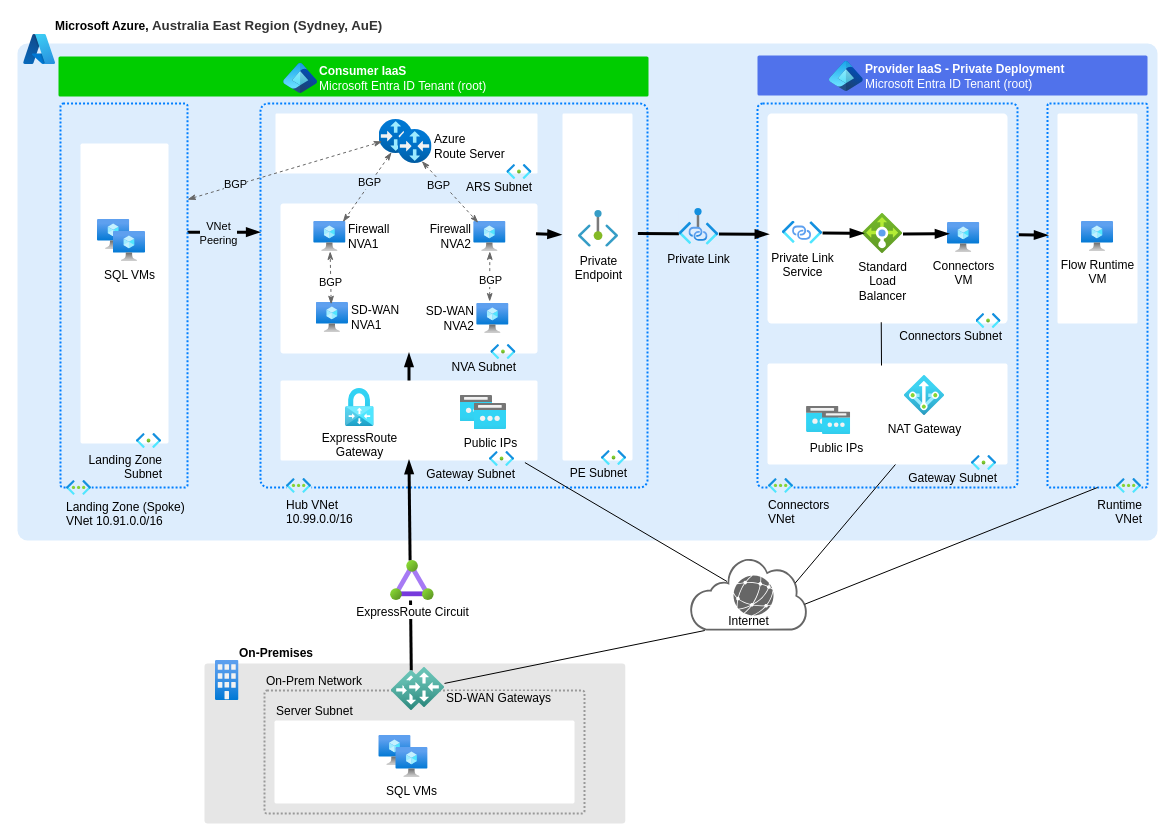
The draw.io diagram docs/diagrams/source/private-link.drawio in NetAion/avm-compositions, before the edit. Source tidied: cells renumbered, new cells numbered last; positions are measured from the earlier drawing's top-left corner, leaving out a move shared by most shapes. Both pictures are drawn from the tidied source at 100%, with x=0, y=0 at pixel (17, 34).
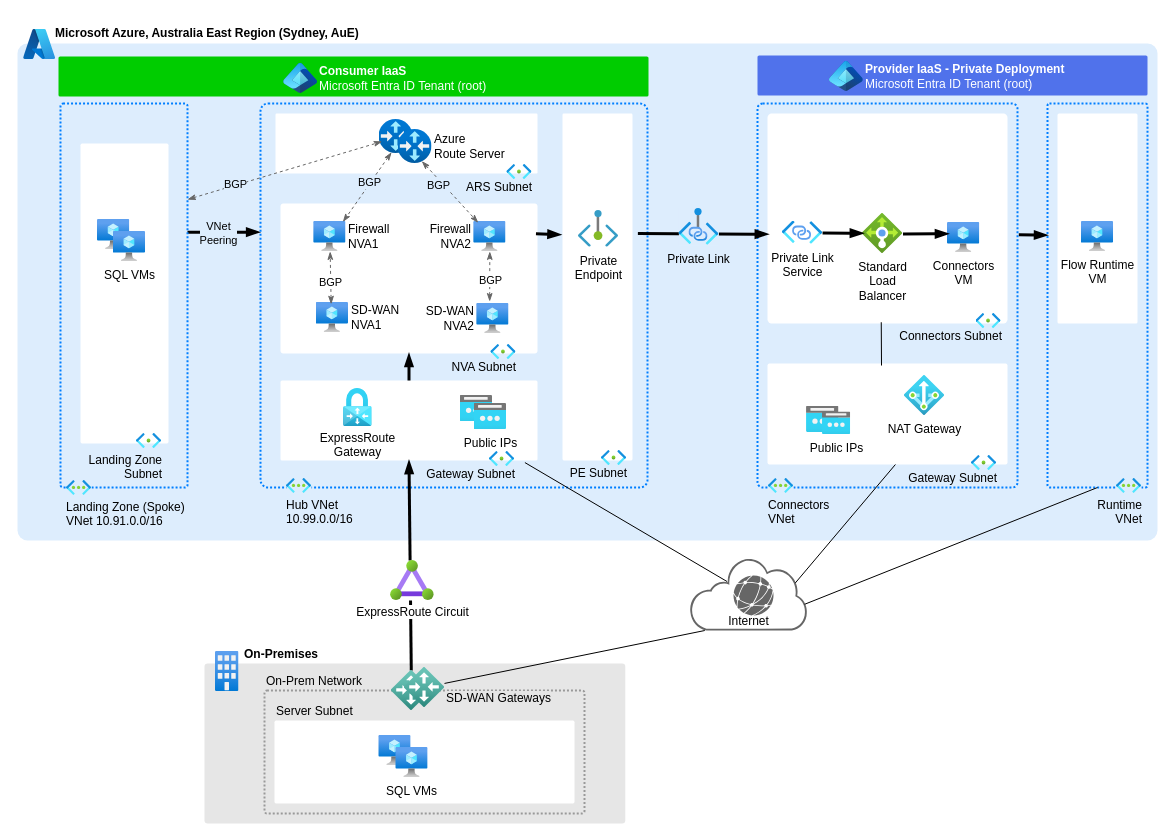
The same page after the edit.

Diff of the diagram source:
```diff
@@
-    <mxCell id="6" value="&lt;span data-lucid-content=&quot;{&amp;quot;t&amp;quot;:&amp;quot;Azure East Australia Region (Sydney, EAu)&amp;quot;,&amp;quot;m&amp;quot;:[{&amp;quot;s&amp;quot;:6,&amp;quot;n&amp;quot;:&amp;quot;c&amp;quot;,&amp;quot;v&amp;quot;:&amp;quot;333333ff&amp;quot;,&amp;quot;e&amp;quot;:41},{&amp;quot;s&amp;quot;:6,&amp;quot;n&amp;quot;:&amp;quot;s&amp;quot;,&amp;quot;v&amp;quot;:17.77777777777777,&amp;quot;e&amp;quot;:41}]}&quot;&gt;Microsoft Azure,&amp;nbsp;&lt;span style=&quot;color:#333333;font-size:13.333333333333329px;&quot;&gt;Australia East Region (Sydney, AuE)&lt;/span&gt;&lt;/span&gt;" style="image;html=1;align=left;fontSize=12;image=img/lib/azure2/other/Azure_A.svg;labelPosition=right;verticalLabelPosition=top;verticalAlign=bottom;spacing=0;fontStyle=1;labelBackgroundColor=#FFFFFF;" parent="1" vertex="1">
-      <mxGeometry x="6.2" width="31.8" height="30" as="geometry" />
+    <mxCell id="6" value="&lt;span style=&quot;color: rgb(0, 0, 0);&quot; data-lucid-content=&quot;{&amp;quot;t&amp;quot;:&amp;quot;Azure East Australia Region (Sydney, EAu)&amp;quot;,&amp;quot;m&amp;quot;:[{&amp;quot;s&amp;quot;:6,&amp;quot;n&amp;quot;:&amp;quot;c&amp;quot;,&amp;quot;v&amp;quot;:&amp;quot;333333ff&amp;quot;,&amp;quot;e&amp;quot;:41},{&amp;quot;s&amp;quot;:6,&amp;quot;n&amp;quot;:&amp;quot;s&amp;quot;,&amp;quot;v&amp;quot;:17.77777777777777,&amp;quot;e&amp;quot;:41}]}&quot;&gt;Microsoft Azure, Australia East Region (Sydney, AuE)&lt;/span&gt;" style="image;html=1;align=left;fontSize=12;image=img/lib/azure2/other/Azure_A.svg;labelPosition=right;verticalLabelPosition=middle;verticalAlign=top;spacing=0;fontStyle=1;labelBackgroundColor=#FFFFFF;spacingTop=-8;" parent="1" vertex="1">
+      <mxGeometry x="6.2" y="-5" width="31.8" height="30" as="geometry" />
     </mxCell>
@@
-    <mxCell id="8" value="On-Premises" style="image;html=1;align=left;fontSize=12;image=img/lib/azure2/other/Exchange_On_Premises_Access.svg;labelPosition=right;verticalLabelPosition=top;verticalAlign=bottom;spacingRight=-2;spacing=0;fontStyle=1;labelBackgroundColor=#FFFFFF;" parent="1" vertex="1">
-      <mxGeometry x="198" y="626" width="23.5" height="40" as="geometry" />
+    <mxCell id="8" value="On-Premises" style="image;html=1;align=left;fontSize=12;image=img/lib/azure2/other/Exchange_On_Premises_Access.svg;labelPosition=right;verticalLabelPosition=middle;verticalAlign=top;spacingRight=0;spacing=0;fontStyle=1;labelBackgroundColor=#FFFFFF;spacingTop=-9;spacingLeft=5;spacingBottom=0;" parent="1" vertex="1">
+      <mxGeometry x="198" y="617" width="23.5" height="40" as="geometry" />
     </mxCell>
@@
     <mxCell id="14" value="ExpressRoute&lt;div&gt;Gateway&lt;/div&gt;" style="image;html=1;align=center;fontSize=12;image=img/lib/azure2/networking/Virtual_Network_Gateways.svg;labelBackgroundColor=none;spacing=0;" parent="1" vertex="1">
-      <mxGeometry x="328" y="354" width="28.6" height="38" as="geometry" />
+      <mxGeometry x="326" y="354" width="28.6" height="38" as="geometry" />
     </mxCell>
```
